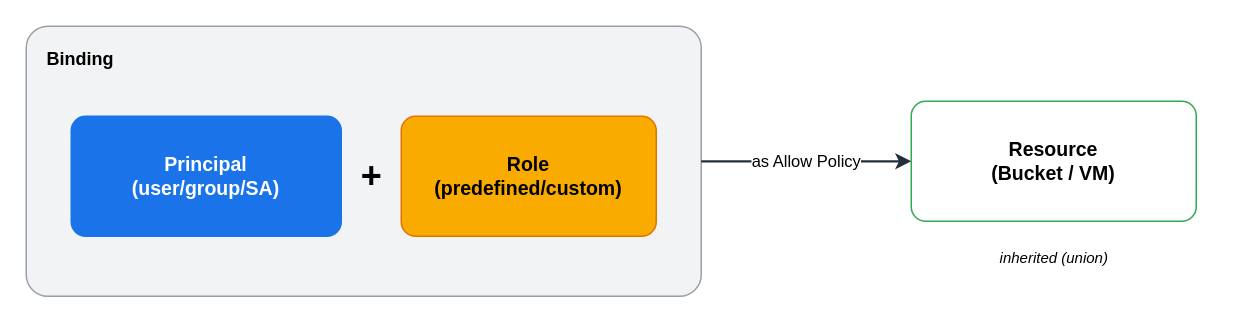
The draw.io diagram assets/img/gcp/gcp-iam-model.drawio in KKamJi98/kkamji98.github.io, before the edit. Source tidied: cells renumbered, new cells numbered last; positions are measured from the earlier drawing's top-left corner, leaving out a move shared by most shapes. Both pictures are drawn from the tidied source at 150%, with x=0, y=0 at pixel (26, 26).
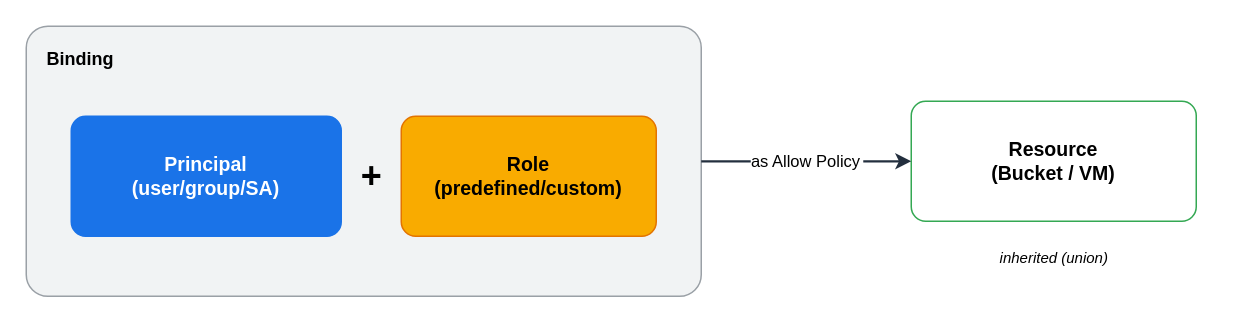
Above is the later version.

What changed in the source:
```diff
@@
 <mxGraphModel background="#FFFFFF">
   <root>
     <mxCell id="0" />
     <mxCell id="1" parent="0" />
     <mxCell id="2" value="Binding" style="rounded=1;arcSize=8;whiteSpace=wrap;html=1;fillColor=#F1F3F4;strokeColor=#9AA0A6;fontColor=#000000;fontSize=12;fontStyle=1;verticalAlign=top;align=left;spacingLeft=12;spacingTop=8;" parent="1" vertex="1">
       <mxGeometry width="450" height="180" as="geometry" />
     </mxCell>
     <mxCell id="3" value="Principal&lt;br&gt;(user/group/SA)" style="rounded=1;arcSize=12;whiteSpace=wrap;html=1;fillColor=#1A73E8;strokeColor=#1A73E8;fontColor=#FFFFFF;fontSize=13;fontStyle=1;verticalAlign=middle;align=center;" parent="1" vertex="1">
       <mxGeometry x="30" y="60" width="180" height="80" as="geometry" />
     </mxCell>
     <mxCell id="4" value="+" style="text;html=1;align=center;verticalAlign=middle;fontColor=#000000;fontSize=24;fontStyle=1;" parent="1" vertex="1">
       <mxGeometry x="212" y="80" width="36" height="40" as="geometry" />
     </mxCell>
     <mxCell id="5" value="Role&lt;br&gt;(predefined/custom)" style="rounded=1;arcSize=12;whiteSpace=wrap;html=1;fillColor=#F9AB00;strokeColor=#E37400;fontColor=#000000;fontSize=13;fontStyle=1;verticalAlign=middle;align=center;" parent="1" vertex="1">
       <mxGeometry x="250" y="60" width="170" height="80" as="geometry" />
     </mxCell>
     <mxCell id="6" value="Resource&lt;br&gt;(Bucket / VM)" style="rounded=1;arcSize=12;whiteSpace=wrap;html=1;fillColor=#FFFFFF;strokeColor=#34A853;fontColor=#000000;fontSize=13;fontStyle=1;verticalAlign=middle;align=center;" parent="1" vertex="1">
       <mxGeometry x="590" y="50" width="190" height="80" as="geometry" />
     </mxCell>
     <mxCell id="7" value="inherited (union)" style="text;html=1;align=center;verticalAlign=middle;fontColor=#000000;fontSize=10;fontStyle=2;" parent="1" vertex="1">
       <mxGeometry x="570" y="142" width="230" height="24" as="geometry" />
     </mxCell>
-    <mxCell id="8" value="as Allow Policy" style="edgeStyle=orthogonalEdgeStyle;html=1;rounded=0;strokeColor=#232F3E;strokeWidth=1.5;fontColor=#000000;labelBackgroundColor=#FFFFFF;endArrow=classic;exitX=1;exitY=0.5;exitDx=0;exitDy=0;entryX=0;entryY=0.5;entryDx=0;entryDy=0;" parent="1" edge="1" source="2" target="6">
+    <mxCell id="8" value="as Allow Policy" style="edgeStyle=orthogonalEdgeStyle;html=0;rounded=0;strokeColor=#232F3E;strokeWidth=1.5;fontColor=#000000;labelBackgroundColor=#FFFFFF;endArrow=classic;exitX=1;exitY=0.5;exitDx=0;exitDy=0;entryX=0;entryY=0.5;entryDx=0;entryDy=0;" parent="1" edge="1" source="2" target="6">
       <mxGeometry relative="1" as="geometry" />
     </mxCell>
   </root>
 </mxGraphModel>
```
